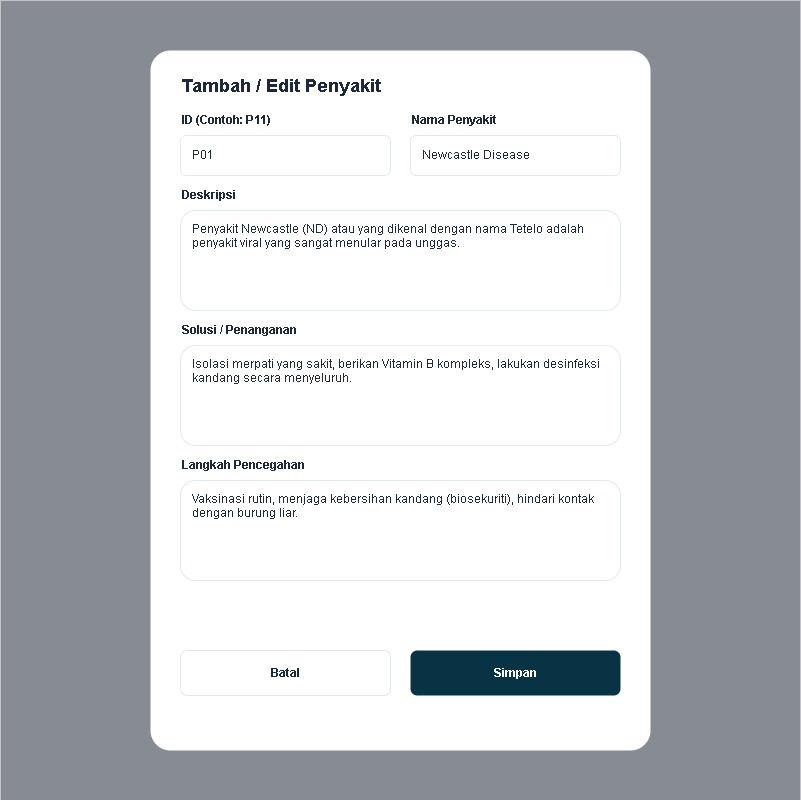
The draw.io diagram diagram/desain/admin_penyakit_form.png in Jinsky/Jinsky, before a commit. Source tidied: cells renumbered, new cells last; positions are measured from the earlier drawing's top-left corner, leaving out a move shared by most shapes.
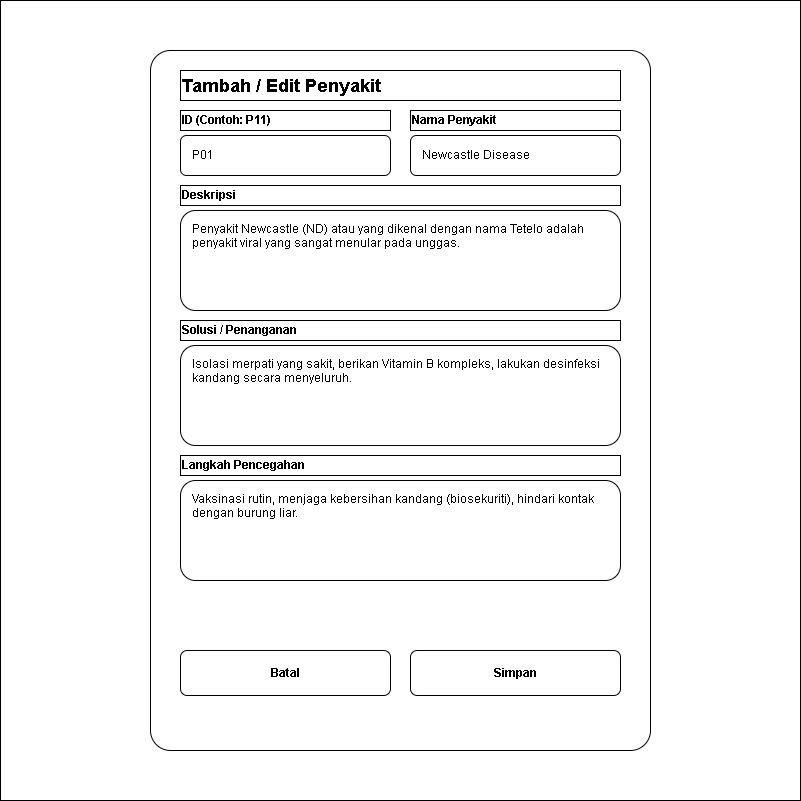
After the commit.

What changed in the source:
```diff
@@ -2,49 +2,49 @@
   <root>
     <mxCell id="0" />
     <mxCell id="1" parent="0" />
-    <mxCell id="2" style="rounded=0;whiteSpace=wrap;html=1;fillColor=#0f172a;opacity=50;strokeColor=none;" parent="1" vertex="1">
+    <mxCell id="2" style="rounded=0;whiteSpace=wrap;html=1;fillColor=#ffffff;strokeColor=#000000;fontColor=#000000;" parent="1" vertex="1">
       <mxGeometry width="800" height="800" as="geometry" />
     </mxCell>
-    <mxCell id="3" style="rounded=0;whiteSpace=wrap;html=1;fillColor=#ffffff;strokeColor=none;arcSize=4;rounded=1;" parent="1" vertex="1">
+    <mxCell id="3" style="rounded=1;whiteSpace=wrap;html=1;fillColor=#ffffff;strokeColor=#000000;arcSize=4;fontColor=#000000;" parent="1" vertex="1">
       <mxGeometry x="150" y="50" width="500" height="700" as="geometry" />
     </mxCell>
-    <mxCell id="4" value="Tambah / Edit Penyakit" style="text;html=1;strokeColor=none;fillColor=none;align=left;verticalAlign=middle;whiteSpace=wrap;rounded=0;fontSize=18;fontStyle=1;fontColor=#1e293b;" parent="1" vertex="1">
+    <mxCell id="4" value="Tambah / Edit Penyakit" style="text;html=1;strokeColor=#000000;fillColor=none;align=left;verticalAlign=middle;whiteSpace=wrap;rounded=0;fontSize=18;fontStyle=1;fontColor=#000000;" parent="1" vertex="1">
       <mxGeometry x="180" y="70" width="440" height="30" as="geometry" />
     </mxCell>
-    <mxCell id="5" value="ID (Contoh: P11)" style="text;html=1;strokeColor=none;fillColor=none;align=left;verticalAlign=middle;whiteSpace=wrap;rounded=0;fontSize=12;fontStyle=1;fontColor=#1e293b;" parent="1" vertex="1">
+    <mxCell id="5" value="ID (Contoh: P11)" style="text;html=1;strokeColor=#000000;fillColor=none;align=left;verticalAlign=middle;whiteSpace=wrap;rounded=0;fontSize=12;fontStyle=1;fontColor=#000000;" parent="1" vertex="1">
       <mxGeometry x="180" y="110" width="210" height="20" as="geometry" />
     </mxCell>
-    <mxCell id="6" value="P01" style="rounded=1;whiteSpace=wrap;html=1;fillColor=#ffffff;strokeColor=#e2e8f0;align=left;spacingLeft=10;fontColor=#1e293b;" parent="1" vertex="1">
+    <mxCell id="6" value="P01" style="rounded=1;whiteSpace=wrap;html=1;fillColor=#ffffff;strokeColor=#000000;align=left;spacingLeft=10;fontColor=#000000;" parent="1" vertex="1">
       <mxGeometry x="180" y="135" width="210" height="40" as="geometry" />
     </mxCell>
-    <mxCell id="7" value="Nama Penyakit" style="text;html=1;strokeColor=none;fillColor=none;align=left;verticalAlign=middle;whiteSpace=wrap;rounded=0;fontSize=12;fontStyle=1;fontColor=#1e293b;" parent="1" vertex="1">
+    <mxCell id="7" value="Nama Penyakit" style="text;html=1;strokeColor=#000000;fillColor=none;align=left;verticalAlign=middle;whiteSpace=wrap;rounded=0;fontSize=12;fontStyle=1;fontColor=#000000;" parent="1" vertex="1">
       <mxGeometry x="410" y="110" width="210" height="20" as="geometry" />
     </mxCell>
-    <mxCell id="8" value="Newcastle Disease" style="rounded=1;whiteSpace=wrap;html=1;fillColor=#ffffff;strokeColor=#e2e8f0;align=left;spacingLeft=10;fontColor=#1e293b;" parent="1" vertex="1">
+    <mxCell id="8" value="Newcastle Disease" style="rounded=1;whiteSpace=wrap;html=1;fillColor=#ffffff;strokeColor=#000000;align=left;spacingLeft=10;fontColor=#000000;" parent="1" vertex="1">
       <mxGeometry x="410" y="135" width="210" height="40" as="geometry" />
     </mxCell>
-    <mxCell id="9" value="Deskripsi" style="text;html=1;strokeColor=none;fillColor=none;align=left;verticalAlign=middle;whiteSpace=wrap;rounded=0;fontSize=12;fontStyle=1;fontColor=#1e293b;" parent="1" vertex="1">
+    <mxCell id="9" value="Deskripsi" style="text;html=1;strokeColor=#000000;fillColor=none;align=left;verticalAlign=middle;whiteSpace=wrap;rounded=0;fontSize=12;fontStyle=1;fontColor=#000000;" parent="1" vertex="1">
       <mxGeometry x="180" y="185" width="440" height="20" as="geometry" />
     </mxCell>
-    <mxCell id="10" value="Penyakit Newcastle (ND) atau yang dikenal dengan nama Tetelo adalah penyakit viral yang sangat menular pada unggas." style="rounded=1;whiteSpace=wrap;html=1;fillColor=#ffffff;strokeColor=#e2e8f0;align=left;spacingLeft=10;fontColor=#1e293b;verticalAlign=top;spacingTop=5;" parent="1" vertex="1">
+    <mxCell id="10" value="Penyakit Newcastle (ND) atau yang dikenal dengan nama Tetelo adalah penyakit viral yang sangat menular pada unggas." style="rounded=1;whiteSpace=wrap;html=1;fillColor=#ffffff;strokeColor=#000000;align=left;spacingLeft=10;fontColor=#000000;verticalAlign=top;spacingTop=5;" parent="1" vertex="1">
       <mxGeometry x="180" y="210" width="440" height="100" as="geometry" />
     </mxCell>
-    <mxCell id="11" value="Solusi / Penanganan" style="text;html=1;strokeColor=none;fillColor=none;align=left;verticalAlign=middle;whiteSpace=wrap;rounded=0;fontSize=12;fontStyle=1;fontColor=#1e293b;" parent="1" vertex="1">
+    <mxCell id="11" value="Solusi / Penanganan" style="text;html=1;strokeColor=#000000;fillColor=none;align=left;verticalAlign=middle;whiteSpace=wrap;rounded=0;fontSize=12;fontStyle=1;fontColor=#000000;" parent="1" vertex="1">
       <mxGeometry x="180" y="320" width="440" height="20" as="geometry" />
     </mxCell>
-    <mxCell id="12" value="Isolasi merpati yang sakit, berikan Vitamin B kompleks, lakukan desinfeksi kandang secara menyeluruh." style="rounded=1;whiteSpace=wrap;html=1;fillColor=#ffffff;strokeColor=#e2e8f0;align=left;spacingLeft=10;fontColor=#1e293b;verticalAlign=top;spacingTop=5;" parent="1" vertex="1">
+    <mxCell id="12" value="Isolasi merpati yang sakit, berikan Vitamin B kompleks, lakukan desinfeksi kandang secara menyeluruh." style="rounded=1;whiteSpace=wrap;html=1;fillColor=#ffffff;strokeColor=#000000;align=left;spacingLeft=10;fontColor=#000000;verticalAlign=top;spacingTop=5;" parent="1" vertex="1">
       <mxGeometry x="180" y="345" width="440" height="100" as="geometry" />
     </mxCell>
-    <mxCell id="13" value="Langkah Pencegahan" style="text;html=1;strokeColor=none;fillColor=none;align=left;verticalAlign=middle;whiteSpace=wrap;rounded=0;fontSize=12;fontStyle=1;fontColor=#1e293b;" parent="1" vertex="1">
+    <mxCell id="13" value="Langkah Pencegahan" style="text;html=1;strokeColor=#000000;fillColor=none;align=left;verticalAlign=middle;whiteSpace=wrap;rounded=0;fontSize=12;fontStyle=1;fontColor=#000000;" parent="1" vertex="1">
       <mxGeometry x="180" y="455" width="440" height="20" as="geometry" />
     </mxCell>
-    <mxCell id="14" value="Vaksinasi rutin, menjaga kebersihan kandang (biosekuriti), hindari kontak dengan burung liar." style="rounded=1;whiteSpace=wrap;html=1;fillColor=#ffffff;strokeColor=#e2e8f0;align=left;spacingLeft=10;fontColor=#1e293b;verticalAlign=top;spacingTop=5;" parent="1" vertex="1">
+    <mxCell id="14" value="Vaksinasi rutin, menjaga kebersihan kandang (biosekuriti), hindari kontak dengan burung liar." style="rounded=1;whiteSpace=wrap;html=1;fillColor=#ffffff;strokeColor=#000000;align=left;spacingLeft=10;fontColor=#000000;verticalAlign=top;spacingTop=5;" parent="1" vertex="1">
       <mxGeometry x="180" y="480" width="440" height="100" as="geometry" />
     </mxCell>
-    <mxCell id="15" value="Batal" style="rounded=1;whiteSpace=wrap;html=1;fillColor=#ffffff;strokeColor=#e2e8f0;fontStyle=1;fontColor=#1e293b;" parent="1" vertex="1">
+    <mxCell id="15" value="Batal" style="rounded=1;whiteSpace=wrap;html=1;fillColor=#ffffff;strokeColor=#000000;fontStyle=1;fontColor=#000000;" parent="1" vertex="1">
       <mxGeometry x="180" y="650" width="210" height="45" as="geometry" />
     </mxCell>
-    <mxCell id="16" value="Simpan" style="rounded=1;whiteSpace=wrap;html=1;fillColor=#083344;strokeColor=none;fontStyle=1;fontColor=#ffffff;" parent="1" vertex="1">
+    <mxCell id="16" value="Simpan" style="rounded=1;whiteSpace=wrap;html=1;fillColor=#ffffff;strokeColor=#000000;fontStyle=1;fontColor=#000000;" parent="1" vertex="1">
       <mxGeometry x="410" y="650" width="210" height="45" as="geometry" />
     </mxCell>
   </root>
```
